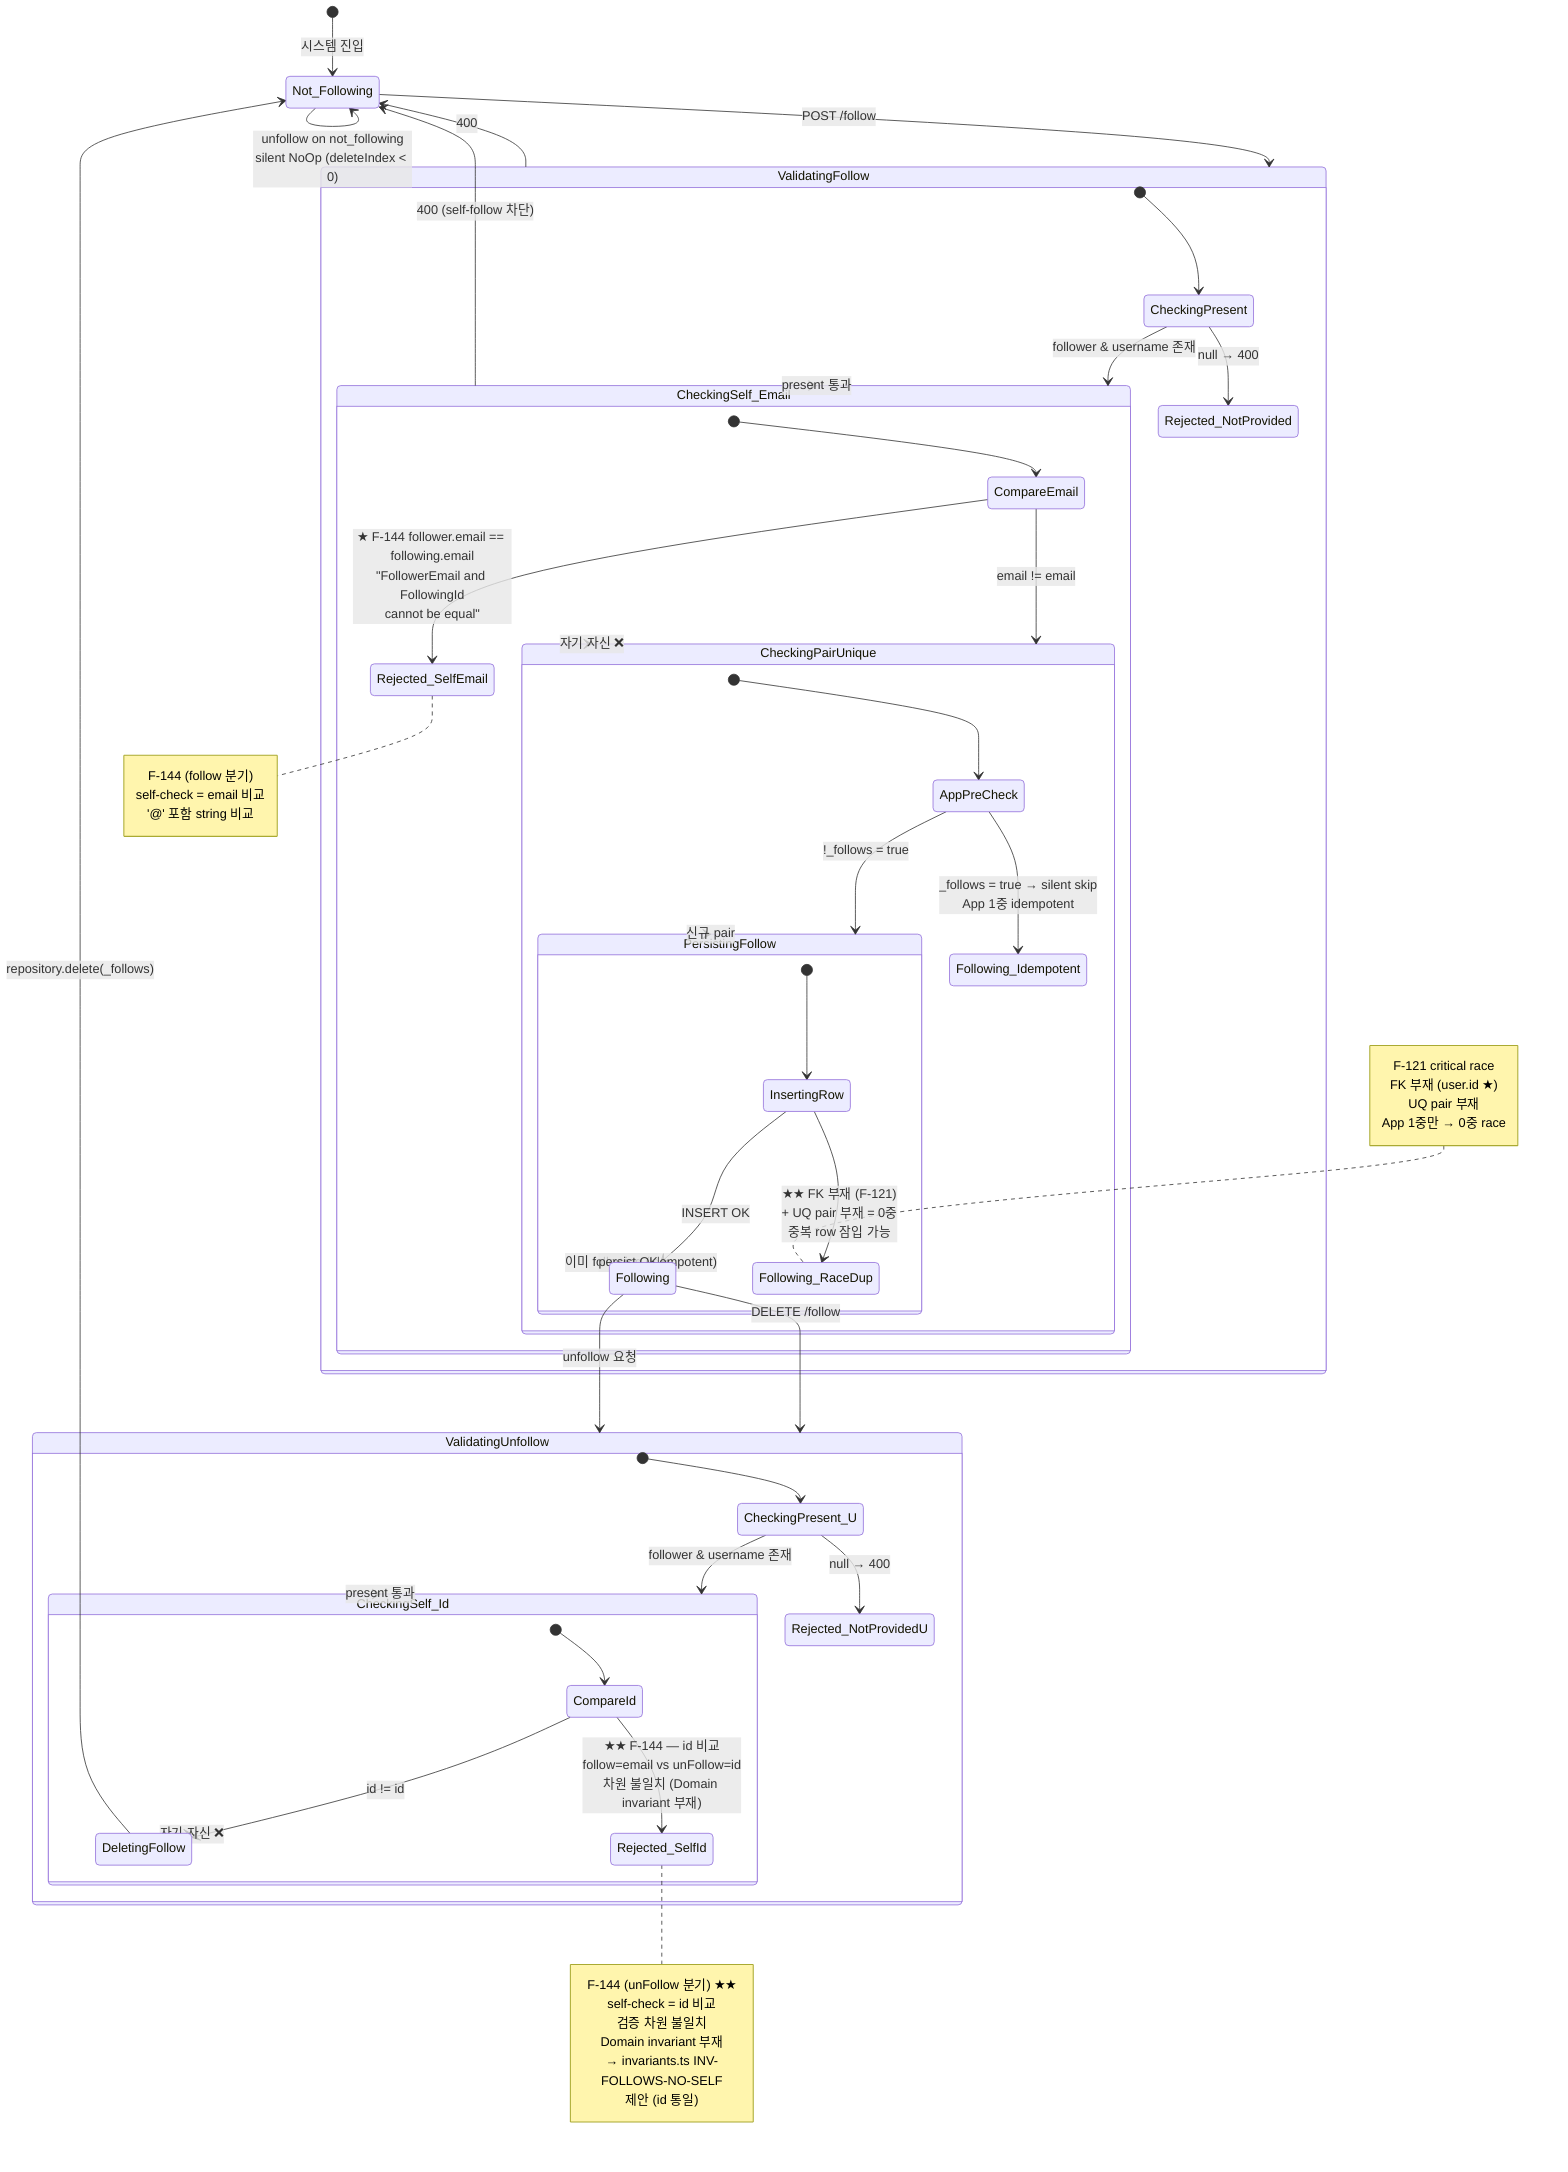
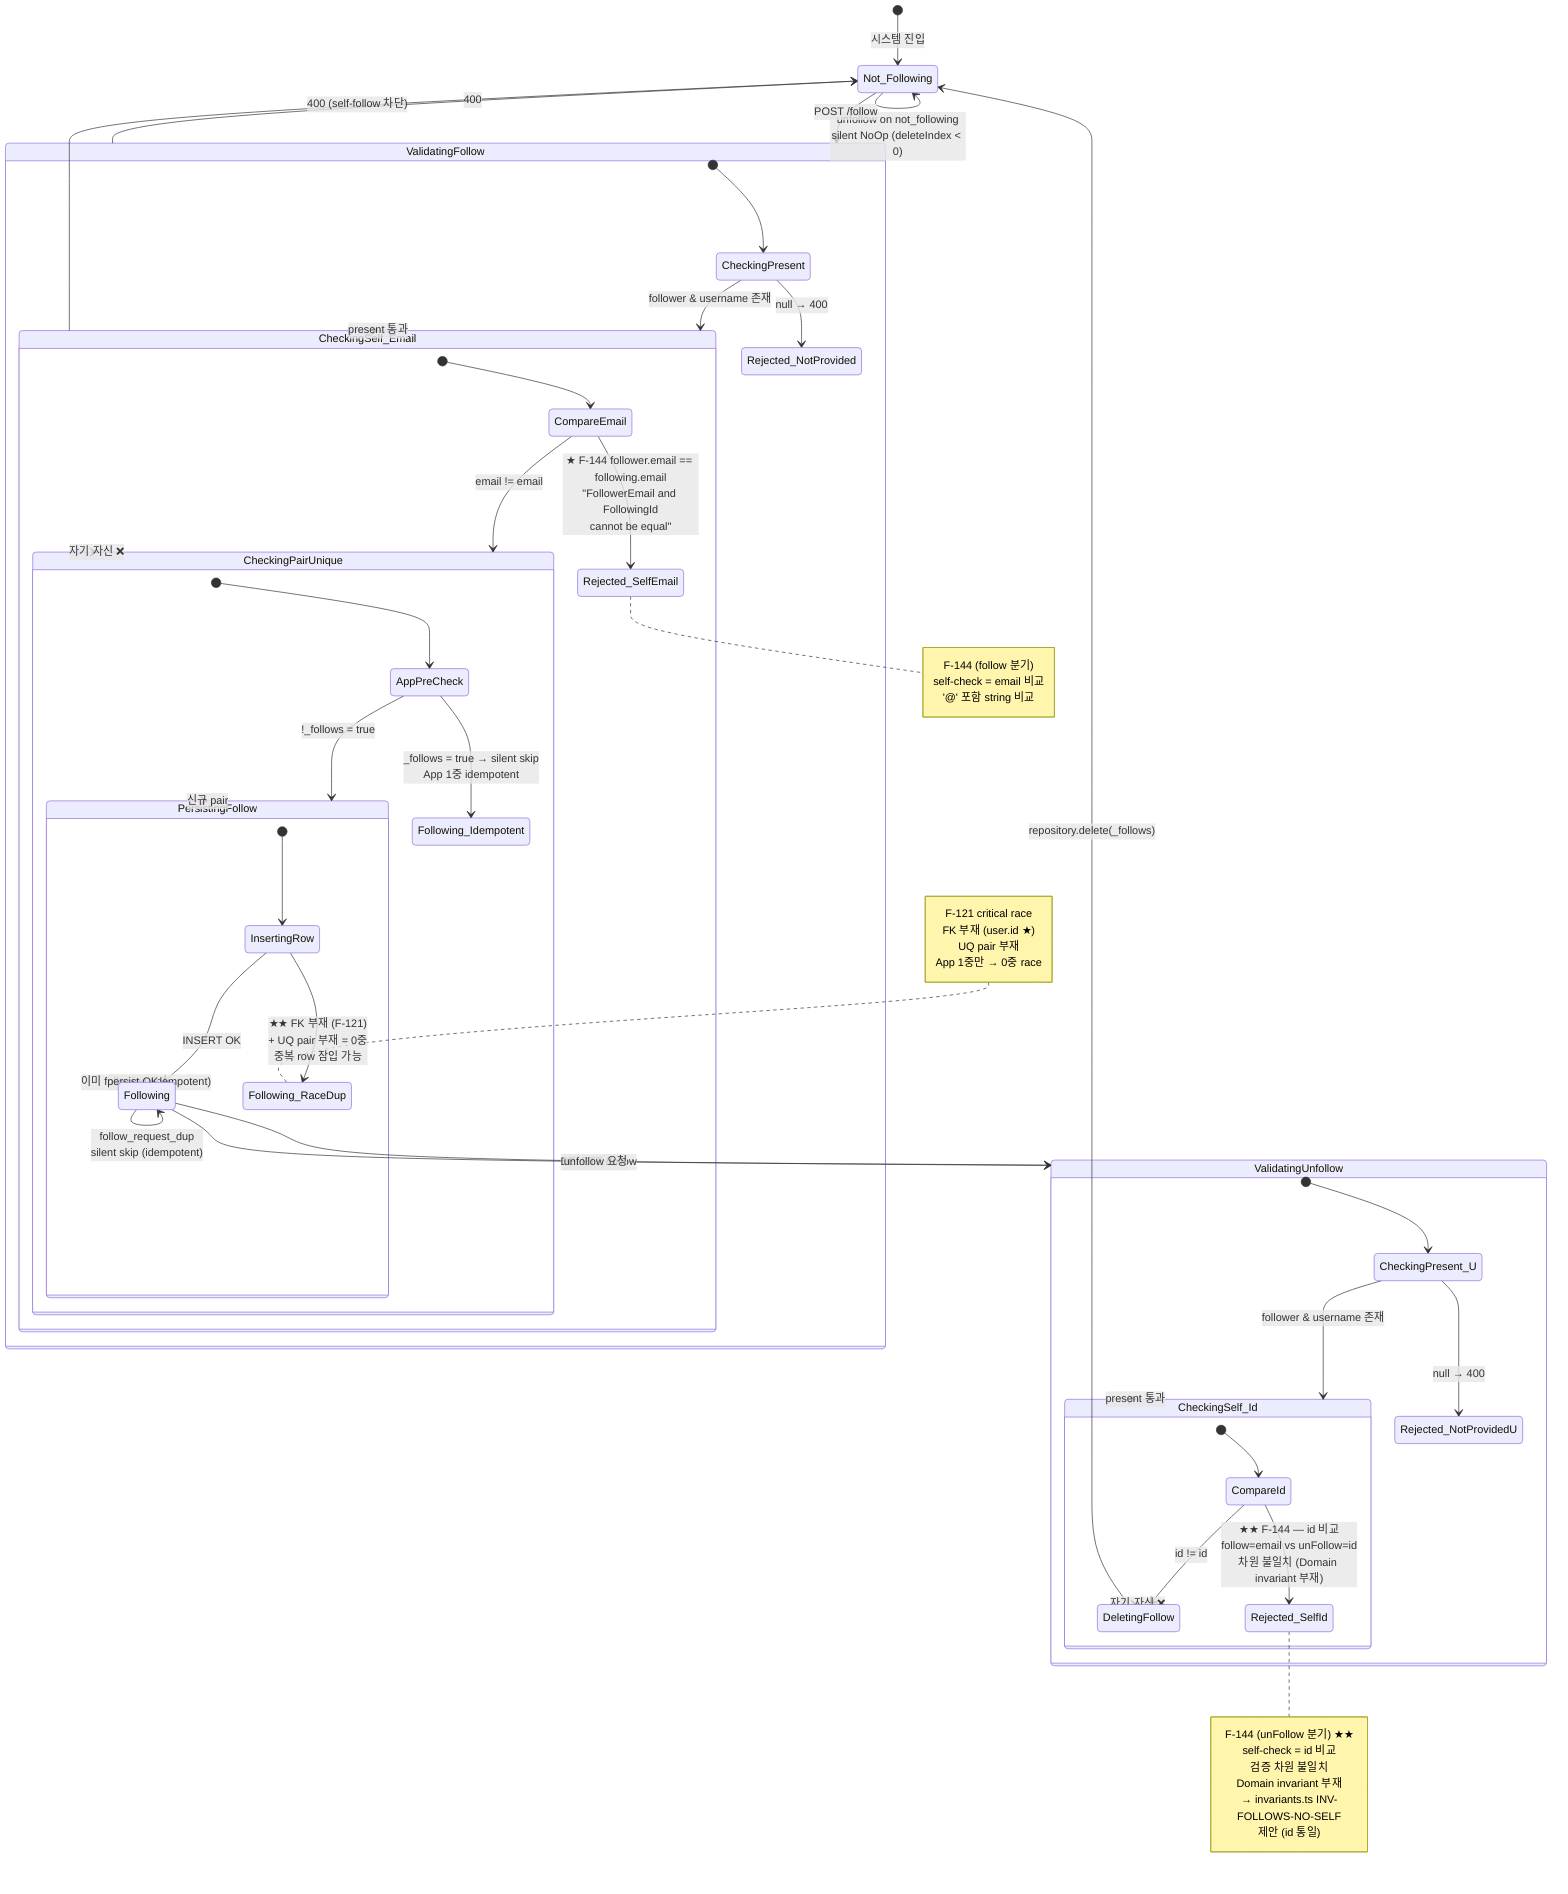
%% PoC #03 — Follows Aggregate (약한) 생애주기 FSM (Phase 4.5)
%% 일자: 2026-04-30
%% Source of Truth: 코드 (src/profile/profile.service.ts + follows.entity.ts)
%% Direction: B (코드 → L1)
%% 관련 BR: BR-FOLLOWS-NO-SELF-001 / BR-FOLLOWS-PAIR-UNIQUE-001 / BR-FOLLOWS-FOLLOWER-OR-USERNAME-PRESENT-001
%% PoC #02 (User-Following.mermaid) cross-validation: ★ self-check 차원 불일치 + DB FK/UQ pair 부재로 race-prone 격상

stateDiagram-v2
    [*] --> Not_Following: 시스템 진입

    Not_Following --> ValidatingFollow: POST /follow

    state ValidatingFollow {
        [*] --> CheckingPresent
        CheckingPresent --> CheckingSelf_Email: follower & username 존재
        CheckingPresent --> Rejected_NotProvided: null → 400
    }

    state CheckingSelf_Email {
        [*] --> CompareEmail
        CompareEmail --> CheckingPairUnique: email != email
        CompareEmail --> Rejected_SelfEmail: ★ F-144 follower.email == following.email<br/>"FollowerEmail and FollowingId<br/>cannot be equal"
    }

    state CheckingPairUnique {
        [*] --> AppPreCheck
        AppPreCheck --> PersistingFollow: !_follows = true
        AppPreCheck --> Following_Idempotent: _follows = true → silent skip<br/>App 1중 idempotent
    }

    state PersistingFollow {
        [*] --> InsertingRow
        InsertingRow --> Following: INSERT OK
        InsertingRow --> Following_RaceDup: ★★ FK 부재 (F-121)<br/>+ UQ pair 부재 = 0중<br/>중복 row 잠입 가능
    }

    ValidatingFollow --> CheckingSelf_Email: present 통과
    CheckingSelf_Email --> CheckingPairUnique: 자기 자신 ❌
    CheckingPairUnique --> PersistingFollow: 신규 pair
    CheckingPairUnique --> Following: 이미 following (idempotent)
    PersistingFollow --> Following: persist OK

    ValidatingFollow --> Not_Following: 400
    CheckingSelf_Email --> Not_Following: 400 (self-follow 차단)

+     Following --> Following: follow_request_dup<br/>silent skip (idempotent)
    Following --> ValidatingUnfollow: DELETE /follow

    state ValidatingUnfollow {
        [*] --> CheckingPresent_U
        CheckingPresent_U --> CheckingSelf_Id: follower & username 존재
        CheckingPresent_U --> Rejected_NotProvidedU: null → 400
    }

    state CheckingSelf_Id {
        [*] --> CompareId
        CompareId --> DeletingFollow: id != id
        CompareId --> Rejected_SelfId: ★★ F-144 — id 비교<br/>follow=email vs unFollow=id<br/>차원 불일치 (Domain invariant 부재)
    }

    Following --> ValidatingUnfollow: unfollow 요청
    ValidatingUnfollow --> CheckingSelf_Id: present 통과
    CheckingSelf_Id --> DeletingFollow: 자기 자신 ❌

    DeletingFollow --> Not_Following: repository.delete(_follows)

    Not_Following --> Not_Following: unfollow on not_following<br/>silent NoOp (deleteIndex < 0)

    note right of Rejected_SelfEmail
        F-144 (follow 분기)
        self-check = email 비교
        '@' 포함 string 비교
    end note

    note right of Rejected_SelfId
        F-144 (unFollow 분기) ★★
        self-check = id 비교
        검증 차원 불일치
        Domain invariant 부재
        → invariants.ts INV-FOLLOWS-NO-SELF
        제안 (id 통일)
    end note

    note left of Following_RaceDup
        F-121 critical race
        FK 부재 (user.id ★)
        UQ pair 부재
        App 1중만 → 0중 race
    end note
